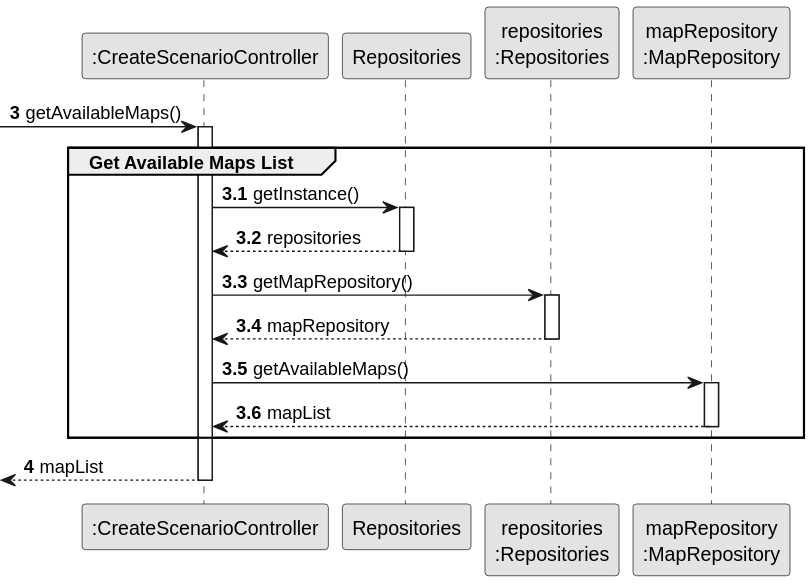
Before: docs/system-documentation/Sprint 2/US09/03.design/svg/US09-SD-partial-get-available-maps.svg, a diagram exported from PlantUML (HenriqueSilva18/Railway-Network-Simulator).
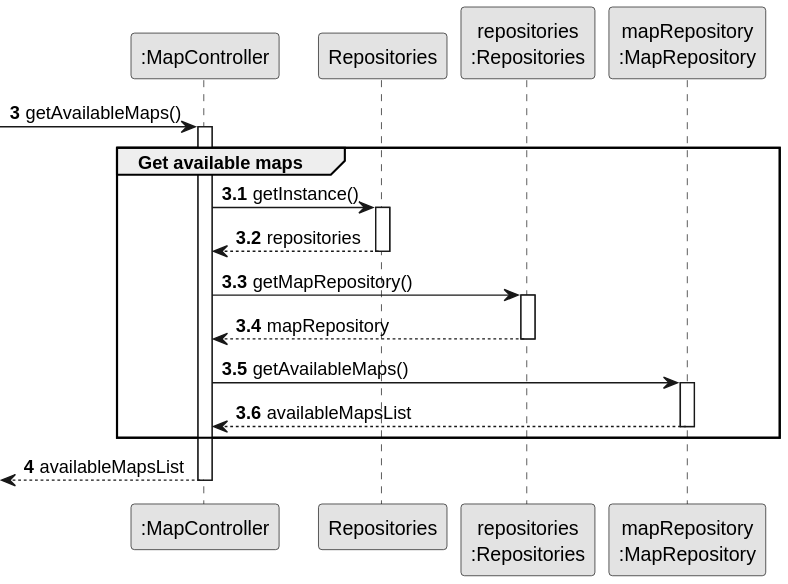
Later version of the same file.

The edit, as a diff of the source:
```diff
@@ -3,34 +3,33 @@
 skinparam packageStyle rectangle
 skinparam shadowing false
 
-participant ":CreateScenarioController" as CTRL
+autonumber 3
+
+participant ":MapController" as CTRL
 participant "Repositories" as REPOS
 participant "repositories\n:Repositories" as REPOS_SINGLETON
-participant "mapRepository\n:MapRepository" as MAP_REPO
+participant "mapRepository\n:MapRepository" as REPOS_MAP
 
-autonumber 3
--> CTRL : getAvailableMaps()
+-> CTRL: getAvailableMaps()
+activate CTRL
+autonumber 3.1
+group Get available maps
+    CTRL -> REPOS: getInstance()
+    activate REPOS
+        REPOS --> CTRL: repositories
+    deactivate REPOS
 
-autonumber 3.1
-activate CTRL
-    group Get Available Maps List
-        CTRL -> REPOS : getInstance()
-        activate REPOS
-            REPOS --> CTRL: repositories
-        deactivate REPOS
+    CTRL -> REPOS_SINGLETON: getMapRepository()
+    activate REPOS_SINGLETON
+        REPOS_SINGLETON --> CTRL: mapRepository
+    deactivate REPOS_SINGLETON
 
-        CTRL -> REPOS_SINGLETON : getMapRepository()
-        activate REPOS_SINGLETON
-            REPOS_SINGLETON --> CTRL: mapRepository
-        deactivate REPOS_SINGLETON
-
-        CTRL -> MAP_REPO : getAvailableMaps()
-        activate MAP_REPO
-            MAP_REPO --> CTRL : mapList
-        deactivate MAP_REPO
+    CTRL -> REPOS_MAP: getAvailableMaps()
+    activate REPOS_MAP
+        REPOS_MAP --> CTRL: availableMapsList
+    deactivate REPOS_MAP
     end
-
     autonumber 4
-    <-- CTRL : mapList
+    <-- CTRL : availableMapsList
 deactivate CTRL
 @enduml
```
